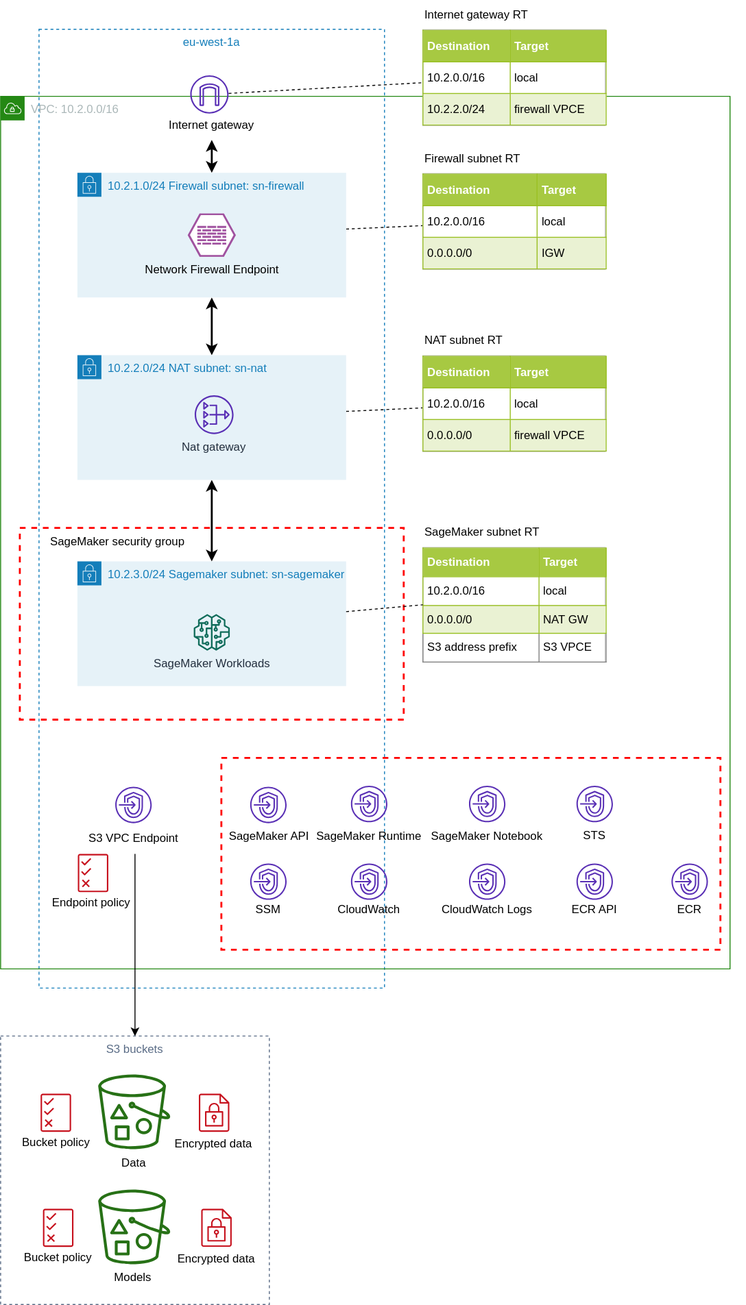
aws-samples/amazon-sagemaker-studio-vpc-networkfirewall keeps this draw.io diagram as design/sagemaker-studio-vpc.drawio.svg. Above is the earlier version. Source tidied: cells renumbered, new cells last; positions are measured from the earlier drawing's top-left corner, leaving out a move shared by most shapes.
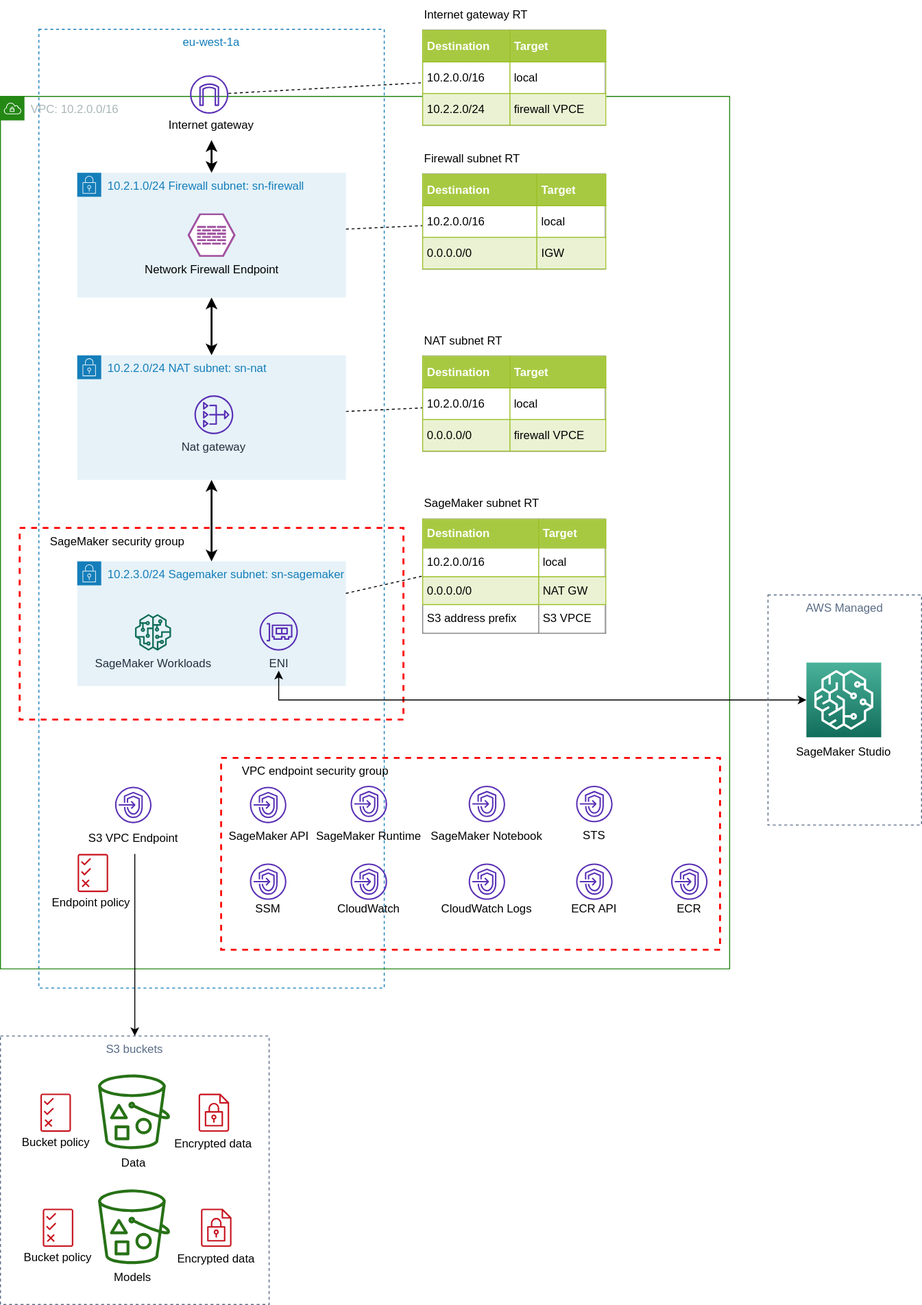
The same diagram one commit later.

What changed in the source:
```diff
@@ -21,8 +21,11 @@
       <mxGeometry x="30" width="168" height="30.5" as="geometry" />
     </mxCell>
     <mxCell id="8" value="SageMaker Workloads" style="fontColor=#232F3E;gradientColor=none;fillColor=#116D5B;strokeColor=none;dashed=0;verticalLabelPosition=bottom;verticalAlign=top;align=center;html=1;fontSize=12;fontStyle=0;shape=mxgraph.aws4.sagemaker_model;" parent="5" vertex="1">
-      <mxGeometry x="181" y="90" width="38" height="38" as="geometry" />
+      <mxGeometry x="120" y="90" width="38" height="38" as="geometry" />
     </mxCell>
+    <mxCell id="85" value="ENI" style="fontColor=#232F3E;gradientColor=none;fillColor=#5A30B5;strokeColor=none;dashed=0;verticalLabelPosition=bottom;verticalAlign=top;align=center;html=1;fontSize=12;fontStyle=0;shape=mxgraph.aws4.elastic_network_interface;" parent="5" vertex="1">
+      <mxGeometry x="250" y="88" width="40" height="40" as="geometry" />
+    </mxCell>
     <mxCell id="9" style="edgeStyle=orthogonalEdgeStyle;rounded=0;jettySize=auto;html=1;startArrow=classic;startFill=1;strokeWidth=2;" parent="1" edge="1" source="12" target="66">
       <mxGeometry relative="1" as="geometry" />
     </mxCell>
@@ -38,7 +41,7 @@
     <mxCell id="13" value="Network Firewall Endpoint" style="verticalLabelPosition=bottom;html=1;fillColor=#A153A0;strokeColor=#ffffff;verticalAlign=top;align=center;shape=mxgraph.cisco_safe.compositeIcon;bgIcon=mxgraph.cisco_safe.design.blank_device;resIcon=mxgraph.cisco_safe.design.firewall_2;fontColor=#000000;" parent="1" vertex="1">
       <mxGeometry x="195" y="222.2" width="50" height="45" as="geometry" />
     </mxCell>
-    <mxCell id="14" value="VPC endpoint security group" style="fontStyle=0;verticalAlign=top;align=center;spacingTop=-2;fillColor=none;rounded=0;whiteSpace=wrap;html=1;strokeColor=#FF0000;strokeWidth=2;dashed=1;fontColor=#FFFFFF;" parent="1" vertex="1">
+    <mxCell id="14" value="&lt;span style=&quot;color: rgba(0 , 0 , 0 , 0) ; font-family: monospace ; font-size: 0px&quot;&gt;%3CmxGraphModel%3E%3Croot%3E%3CmxCell%20id%3D%220%22%2F%3E%3CmxCell%20id%3D%221%22%20parent%3D%220%22%2F%3E%3CmxCell%20id%3D%222%22%20value%3D%22SageMaker%20security%20group%22%20style%3D%22text%3Bhtml%3D1%3BstrokeColor%3Dnone%3BfillColor%3Dnone%3Balign%3Dleft%3BverticalAlign%3Dmiddle%3BwhiteSpace%3Dwrap%3Brounded%3D0%3B%22%20vertex%3D%221%22%20parent%3D%221%22%3E%3CmxGeometry%20x%3D%2290%22%20y%3D%22330%22%20width%3D%22168%22%20height%3D%2230.5%22%20as%3D%22geometry%22%2F%3E%3C%2FmxCell%3E%3C%2Froot%3E%3C%2FmxGraphModel%3E&lt;/span&gt;" style="fontStyle=0;verticalAlign=top;align=center;spacingTop=-2;fillColor=none;rounded=0;whiteSpace=wrap;html=1;strokeColor=#FF0000;strokeWidth=2;dashed=1;fontColor=#FFFFFF;" parent="1" vertex="1">
       <mxGeometry x="230" y="790" width="520" height="200" as="geometry" />
     </mxCell>
     <mxCell id="15" style="fontColor=#232F3E;gradientColor=none;fillColor=#5A30B5;strokeColor=none;dashed=0;verticalLabelPosition=bottom;verticalAlign=top;align=center;html=1;fontSize=12;fontStyle=0;shape=mxgraph.aws4.endpoints;" parent="14" vertex="1">
@@ -119,6 +122,9 @@
     <mxCell id="40" value="SSM" style="text;html=1;strokeColor=none;fillColor=none;align=center;verticalAlign=middle;whiteSpace=wrap;rounded=0;" parent="38" vertex="1">
       <mxGeometry x="4" y="30" width="30" height="36.5" as="geometry" />
     </mxCell>
+    <mxCell id="86" value="VPC endpoint security group" style="text;html=1;strokeColor=none;fillColor=none;align=left;verticalAlign=middle;whiteSpace=wrap;rounded=0;" parent="14" vertex="1">
+      <mxGeometry x="20" y="-1.5" width="168" height="30.5" as="geometry" />
+    </mxCell>
     <mxCell id="41" style="fontColor=#232F3E;gradientColor=none;fillColor=#277116;strokeColor=none;dashed=0;verticalLabelPosition=bottom;verticalAlign=top;align=center;html=1;fontSize=12;fontStyle=0;shape=mxgraph.aws4.bucket_with_objects;" parent="1" vertex="1">
       <mxGeometry x="101.7" y="1120" width="75" height="78" as="geometry" />
     </mxCell>
@@ -228,7 +234,7 @@
       <mxGeometry width="130" height="30.5" as="geometry" />
     </mxCell>
     <mxCell id="77" style="group;" parent="1" vertex="1">
-      <mxGeometry x="440" y="540" width="190" height="150" as="geometry" />
+      <mxGeometry x="440" y="510" width="190" height="150" as="geometry" />
     </mxCell>
     <mxCell id="78" value="SageMaker subnet RT" style="text;html=1;strokeColor=none;fillColor=none;align=left;verticalAlign=middle;whiteSpace=wrap;rounded=0;" parent="77" vertex="1">
       <mxGeometry width="130" height="30.5" as="geometry" />
@@ -251,5 +257,25 @@
     <mxCell id="84" style="edgeStyle=none;rounded=0;jettySize=auto;html=1;entryX=0;entryY=0.5;entryDx=0;entryDy=0;dashed=1;startArrow=none;startFill=0;endArrow=none;endFill=0;strokeWidth=1;" parent="1" edge="1" source="6" target="79">
       <mxGeometry relative="1" as="geometry" />
     </mxCell>
+    <mxCell id="87" style="edgeStyle=orthogonalEdgeStyle;rounded=0;jettySize=auto;html=1;startArrow=classic;startFill=1;" parent="1" edge="1" source="89">
+      <mxGeometry relative="1" as="geometry">
+        <mxPoint x="290" y="699" as="targetPoint" />
+        <Array as="points">
+          <mxPoint x="290" y="730" />
+        </Array>
+      </mxGeometry>
+    </mxCell>
+    <mxCell id="88" style="group;" parent="1" vertex="1">
+      <mxGeometry x="814" y="690.5" width="130" height="108.5" as="geometry" />
+    </mxCell>
+    <mxCell id="89" style="outlineConnect=0;fontColor=#232F3E;gradientColor=#4AB29A;gradientDirection=north;fillColor=#116D5B;strokeColor=#ffffff;dashed=0;verticalLabelPosition=bottom;verticalAlign=top;align=center;html=1;fontSize=12;fontStyle=0;shape=mxgraph.aws4.resourceIcon;resIcon=mxgraph.aws4.sagemaker;" parent="88" vertex="1">
+      <mxGeometry x="26" width="78" height="78" as="geometry" />
+    </mxCell>
+    <mxCell id="90" value="SageMaker Studio" style="text;html=1;strokeColor=none;fillColor=none;align=center;verticalAlign=middle;whiteSpace=wrap;rounded=0;" parent="88" vertex="1">
+      <mxGeometry y="78" width="130" height="30.5" as="geometry" />
+    </mxCell>
+    <mxCell id="91" value="AWS Managed" style="fillColor=none;strokeColor=#5A6C86;dashed=1;verticalAlign=top;fontStyle=0;fontColor=#5A6C86;align=center;" parent="1" vertex="1">
+      <mxGeometry x="800" y="620" width="160" height="240" as="geometry" />
+    </mxCell>
   </root>
 </mxGraphModel>
```
